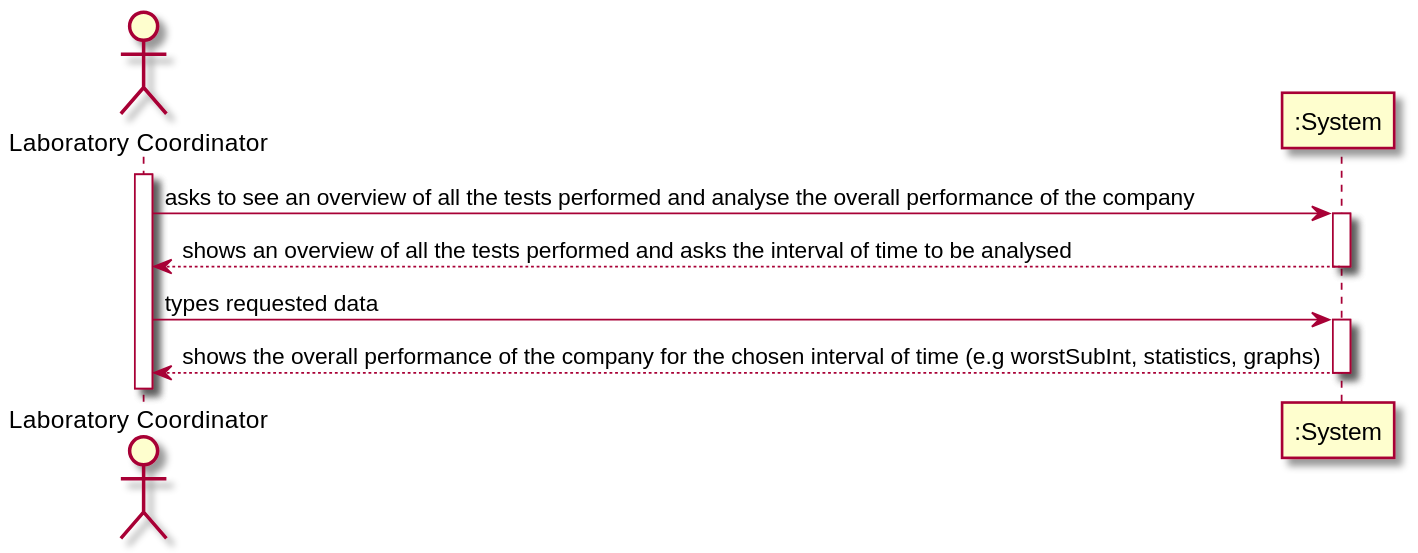
This is docs/SprintD/US_16/US016_SSD.svg from ana-albergaria/LAPR2-ISEP, a PlantUML export, as it was before one commit.
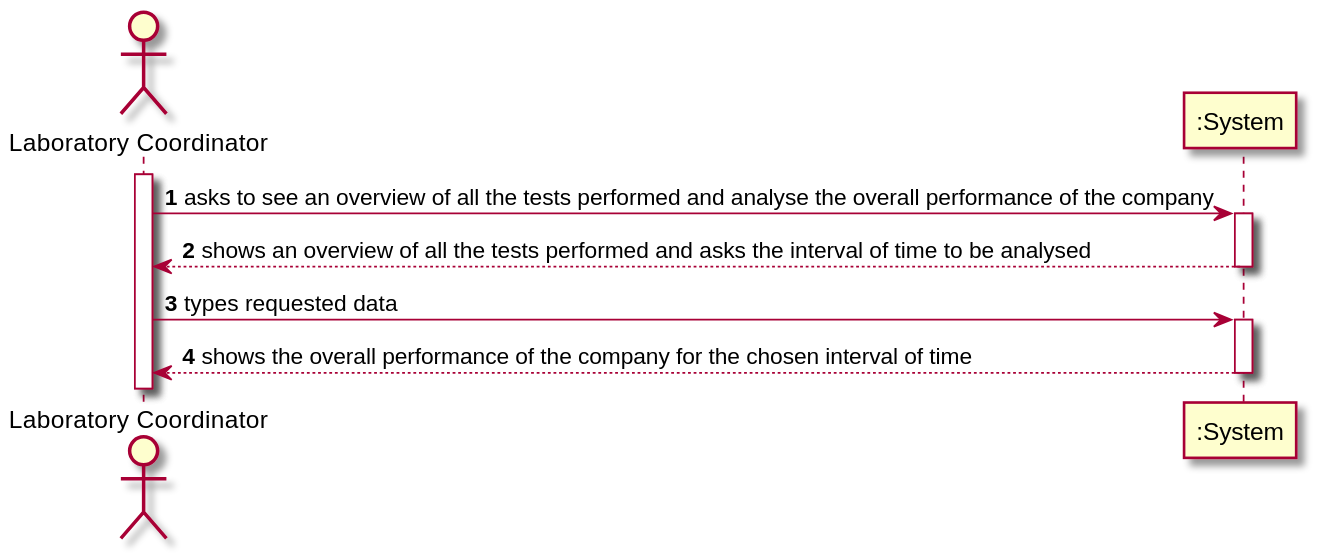
The same file after the commit.

Change to the diagram source:
```diff
@@ -1,5 +1,5 @@
 @startuml
-
+autonumber
 actor "Laboratory Coordinator" as LC
 
 activate LC
@@ -10,7 +10,7 @@
 
 LC-> ":System" : types requested data
 activate ":System"
-":System" --> LC : shows the overall performance of the company for the chosen interval of time (e.g worstSubInt, statistics, graphs)
+":System" --> LC : shows the overall performance of the company for the chosen interval of time
 deactivate ":System"
 
 @enduml
```
